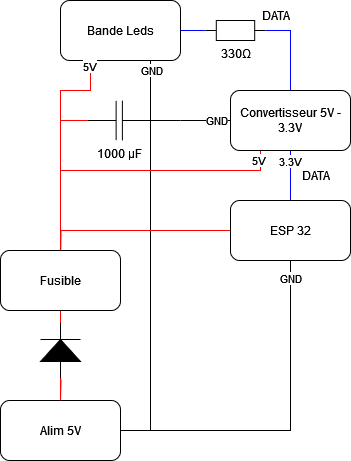
Earlier version of the draw.io export images/electronic_schematic_test_v1.png (jb175/leds). Source tidied: cells renumbered, new cells last; positions are measured from the earlier drawing's top-left corner, leaving out a move shared by most shapes.
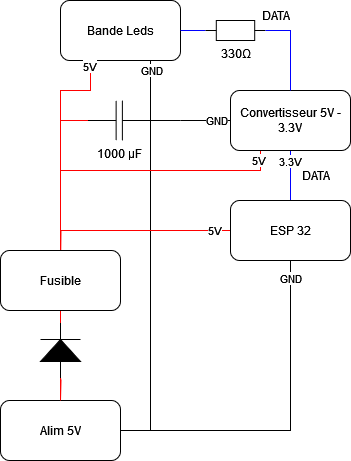
The same diagram one commit later.

Commit message:
change electronic schematics file

Diff of the diagram source:
```diff
@@ -47,6 +47,9 @@
         <mxPoint x="60" y="270" as="targetPoint" />
       </mxGeometry>
     </mxCell>
+    <mxCell id="32" value="5V" style="edgeLabel;html=1;align=center;verticalAlign=middle;" parent="12" vertex="1">
+      <mxGeometry x="-0.84" y="-1" relative="1" as="geometry" />
+    </mxCell>
     <mxCell id="13" value="ESP 32" style="rounded=1;whiteSpace=wrap;html=1;" parent="1" vertex="1">
       <mxGeometry x="230" y="200" width="120" height="60" as="geometry" />
     </mxCell>
```
